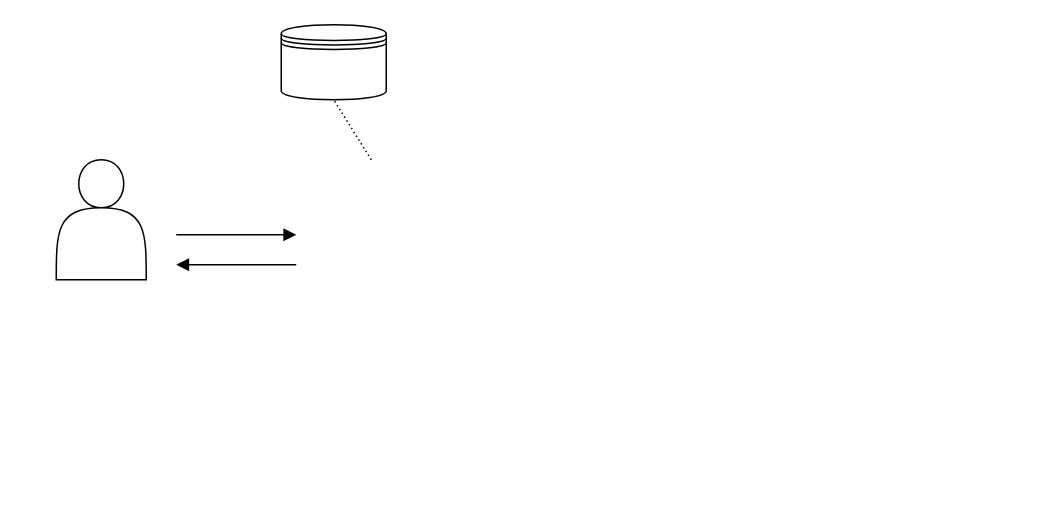
Above: Диаграмма без названия.drawio in biblelover1/main_repo (draw.io), before the change. Source tidied: cells renumbered, new cells numbered last; positions are measured from the earlier drawing's top-left corner, leaving out a move shared by most shapes. Both pictures are drawn from the tidied source at 150%, with x=0, y=0 at pixel (56, 24).
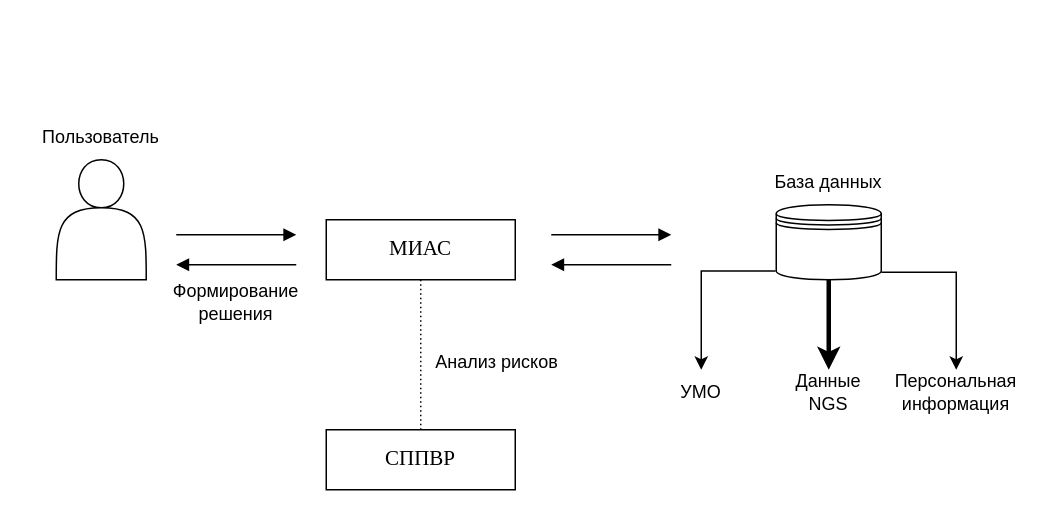
The same diagram, later.

Change to the diagram source:
```diff
@@
+    <mxCell id="7" style="edgeStyle=orthogonalEdgeStyle;rounded=0;jettySize=auto;html=1;exitX=0.5;exitY=1;exitDx=0;exitDy=0;strokeWidth=3;" parent="1" edge="1" source="5">
+      <mxGeometry relative="1" as="geometry">
+        <mxPoint x="515" y="230" as="targetPoint" />
+      </mxGeometry>
+    </mxCell>
     <mxCell id="5" style="shape=datastore;html=1;labelPosition=center;verticalLabelPosition=bottom;align=center;verticalAlign=top;" parent="1" vertex="1">
-      <mxGeometry x="150" width="70" height="50" as="geometry" />
+      <mxGeometry x="480" y="120" width="70" height="50" as="geometry" />
     </mxCell>
-    <mxCell id="6" style="endArrow=none;html=1;rounded=0;dashed=1;dashPattern=1 2;entryX=0.5;entryY=1;entryDx=0;entryDy=0;" parent="1" edge="1" target="5">
-      <mxGeometry relative="1" as="geometry">
-        <mxPoint x="210" y="90" as="sourcePoint" />
-      </mxGeometry>
-    </mxCell>
+    <mxCell id="8" value="&lt;font face=&quot;Times New Roman&quot; style=&quot;font-size: 14px;&quot;&gt;МИАС&lt;/font&gt;" style="text;strokeColor=default;align=center;fillColor=none;html=1;verticalAlign=middle;whiteSpace=wrap;rounded=0;" parent="1" vertex="1">
+      <mxGeometry x="180" y="130" width="126" height="40" as="geometry" />
+    </mxCell>
+    <mxCell id="9" value="Пользователь" style="text;strokeColor=none;align=center;fillColor=none;html=1;verticalAlign=middle;whiteSpace=wrap;rounded=0;" parent="1" vertex="1">
+      <mxGeometry x="-20" y="60" width="100" height="30" as="geometry" />
+    </mxCell>
+    <mxCell id="10" value="База данных" style="text;strokeColor=none;align=center;fillColor=none;html=1;verticalAlign=middle;whiteSpace=wrap;rounded=0;" parent="1" vertex="1">
+      <mxGeometry x="465" y="90" width="100" height="30" as="geometry" />
+    </mxCell>
+    <mxCell id="11" style="html=1;verticalAlign=bottom;endArrow=block;curved=0;rounded=0;" parent="1" edge="1">
+      <mxGeometry relative="1" as="geometry">
+        <mxPoint x="330" y="140" as="sourcePoint" />
+        <mxPoint x="410" y="140" as="targetPoint" />
+      </mxGeometry>
+    </mxCell>
+    <mxCell id="12" style="html=1;verticalAlign=bottom;endArrow=block;curved=0;rounded=0;" parent="1" edge="1">
+      <mxGeometry relative="1" as="geometry">
+        <mxPoint x="410" y="160" as="sourcePoint" />
+        <mxPoint x="330" y="160" as="targetPoint" />
+      </mxGeometry>
+    </mxCell>
+    <mxCell id="13" style="edgeStyle=orthogonalEdgeStyle;rounded=0;orthogonalLoop=1;jettySize=auto;html=1;exitX=0.85;exitY=0.95;exitDx=0;exitDy=0;exitPerimeter=0;" parent="1" edge="1">
+      <mxGeometry relative="1" as="geometry">
+        <mxPoint x="550" y="165" as="sourcePoint" />
+        <mxPoint x="600" y="230" as="targetPoint" />
+        <Array as="points">
+          <mxPoint x="600" y="165" />
+          <mxPoint x="600" y="220" />
+        </Array>
+      </mxGeometry>
+    </mxCell>
+    <mxCell id="14" style="edgeStyle=orthogonalEdgeStyle;rounded=0;jettySize=auto;html=1;exitX=-0.006;exitY=0.883;exitDx=0;exitDy=0;exitPerimeter=0;" parent="1" edge="1" source="5">
+      <mxGeometry relative="1" as="geometry">
+        <mxPoint x="430" y="230" as="targetPoint" />
+        <Array as="points">
+          <mxPoint x="430" y="164" />
+        </Array>
+      </mxGeometry>
+    </mxCell>
+    <mxCell id="15" value="УМО" style="text;strokeColor=none;align=center;fillColor=none;html=1;verticalAlign=middle;whiteSpace=wrap;rounded=0;" parent="1" vertex="1">
+      <mxGeometry x="400" y="230" width="60" height="30" as="geometry" />
+    </mxCell>
+    <mxCell id="16" value="Данные&lt;div&gt;NGS&lt;/div&gt;" style="text;strokeColor=none;align=center;fillColor=none;html=1;verticalAlign=middle;whiteSpace=wrap;rounded=0;" parent="1" vertex="1">
+      <mxGeometry x="485" y="230" width="60" height="30" as="geometry" />
+    </mxCell>
+    <mxCell id="17" value="Персональная информация" style="text;strokeColor=none;align=center;fillColor=none;html=1;verticalAlign=middle;whiteSpace=wrap;rounded=0;" parent="1" vertex="1">
+      <mxGeometry x="570" y="230" width="60" height="30" as="geometry" />
+    </mxCell>
+    <mxCell id="18" value="&lt;font face=&quot;Times New Roman&quot; style=&quot;font-size: 14px;&quot;&gt;СППВР&lt;/font&gt;" style="text;strokeColor=default;align=center;fillColor=none;html=1;verticalAlign=middle;whiteSpace=wrap;rounded=0;" parent="1" vertex="1">
+      <mxGeometry x="180" y="270" width="126" height="40" as="geometry" />
+    </mxCell>
+    <mxCell id="19" style="endArrow=none;html=1;rounded=0;dashed=1;dashPattern=1 2;entryX=0.5;entryY=1;entryDx=0;entryDy=0;exitX=0.5;exitY=0;exitDx=0;exitDy=0;" parent="1" edge="1" source="18" target="8">
+      <mxGeometry relative="1" as="geometry" />
+    </mxCell>
+    <mxCell id="20" value="Анализ рисков" style="text;strokeColor=none;align=center;fillColor=none;html=1;verticalAlign=middle;whiteSpace=wrap;rounded=0;" parent="1" vertex="1">
+      <mxGeometry x="244" y="210" width="100" height="30" as="geometry" />
+    </mxCell>
+    <mxCell id="21" value="Формирование решения" style="text;strokeColor=none;align=center;fillColor=none;html=1;verticalAlign=middle;whiteSpace=wrap;rounded=0;" parent="1" vertex="1">
+      <mxGeometry x="70" y="170" width="100" height="30" as="geometry" />
+    </mxCell>
```
